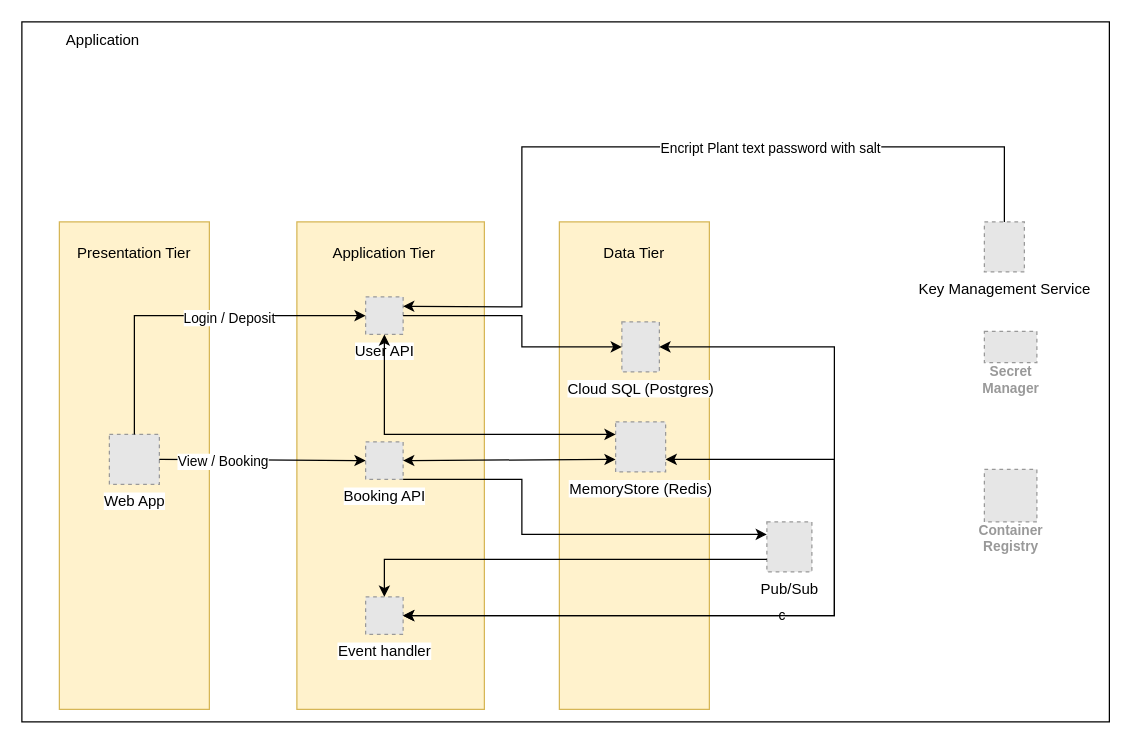
Before: Design/Parking-system-v2.drawio in luthuanphong/Parking-System-On-GCP, a draw.io diagram. Source tidied: cells renumbered, new cells numbered last; positions are measured from the earlier drawing's top-left corner, leaving out a move shared by most shapes. Both pictures are drawn from the tidied source at 125%, with x=0, y=0 at pixel (21, 21). Pictures stored in the file or linked from it are replaced by grey dashed boxes.
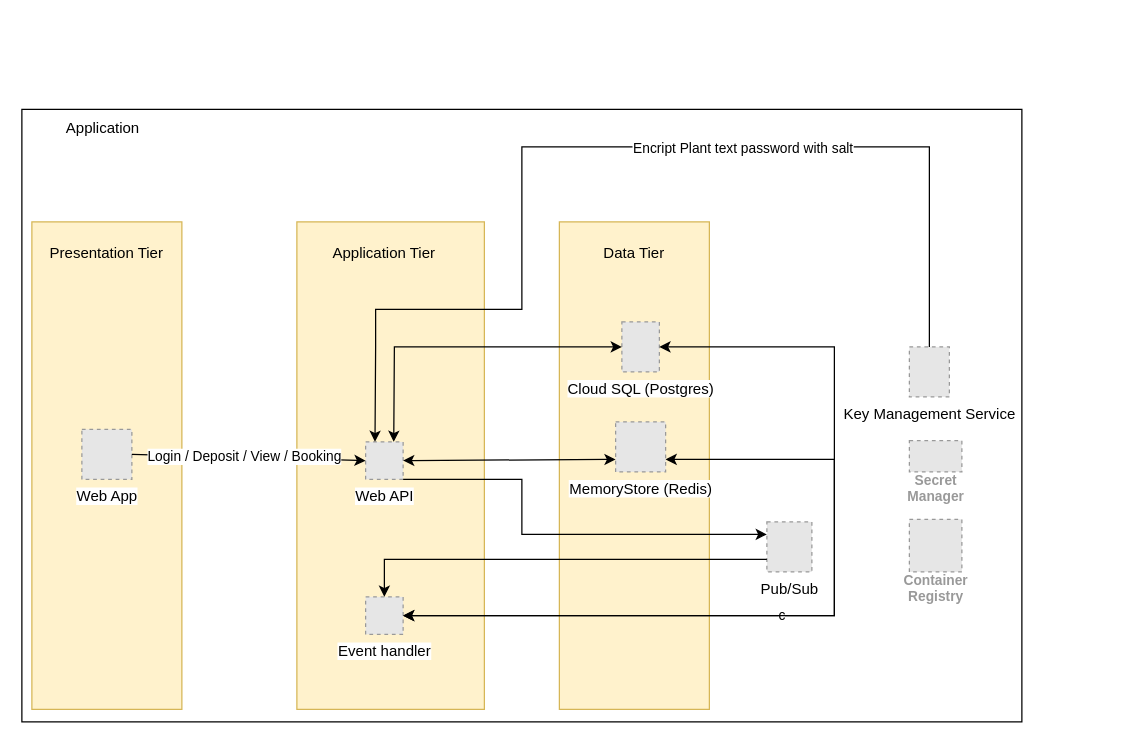
After the change.

Commit message (it also covers changes not shown here):
Udpdate diagram & test

The change refers to these unchanged cells:
```xml
<mxCell id="12" value="Cloud SQL (Postgres)" style="fillColor=#E6E6E6;strokeColor=#999999;dashed=1;html=1;verticalLabelPosition=bottom;labelBackgroundColor=#ffffff;verticalAlign=top;" parent="1" vertex="1">
  <mxGeometry x="480" y="240" width="30" height="40" as="geometry" />
</mxCell>
<mxCell id="13" value="MemoryStore (Redis)" style="fillColor=#E6E6E6;strokeColor=#999999;dashed=1;html=1;verticalLabelPosition=bottom;labelBackgroundColor=#ffffff;verticalAlign=top;" parent="1" vertex="1">
  <mxGeometry x="475" y="320" width="40" height="40" as="geometry" />
</mxCell>
<mxCell id="17" style="endArrow=classic;html=1;rounded=0;entryX=0;entryY=0.5;entryDx=0;entryDy=0;exitX=1;exitY=0.5;exitDx=0;exitDy=0;" parent="1" edge="1" source="14" target="11">
  <mxGeometry relative="1" as="geometry" />
</mxCell>
```

Change to the diagram source:
```diff
@@
     <mxCell id="2" style="rounded=0;whiteSpace=wrap;html=1;" parent="1" vertex="1">
-      <mxGeometry width="870" height="560" as="geometry" />
+      <mxGeometry y="70" width="800" height="490" as="geometry" />
     </mxCell>
     <mxCell id="3" value="&lt;span style=&quot;font-weight: normal;&quot;&gt;Application&lt;/span&gt;" style="text;html=1;whiteSpace=wrap;strokeColor=none;fillColor=none;align=center;verticalAlign=middle;rounded=0;fontStyle=1;" parent="1" vertex="1">
-      <mxGeometry width="130" height="30" as="geometry" />
+      <mxGeometry y="70" width="130" height="30" as="geometry" />
     </mxCell>
     <mxCell id="4" style="rounded=0;whiteSpace=wrap;html=1;fillColor=#fff2cc;strokeColor=#d6b656;" parent="1" vertex="1">
-      <mxGeometry x="30" y="160" width="120" height="390" as="geometry" />
+      <mxGeometry x="8" y="160" width="120" height="390" as="geometry" />
     </mxCell>
@@
     <mxCell id="7" value="Presentation Tier" style="text;html=1;whiteSpace=wrap;strokeColor=none;fillColor=none;align=center;verticalAlign=middle;rounded=0;" parent="1" vertex="1">
-      <mxGeometry x="40" y="170" width="100" height="30" as="geometry" />
+      <mxGeometry x="18" y="170" width="100" height="30" as="geometry" />
     </mxCell>
@@
-    <mxCell id="10" value="User API" style="fillColor=#E6E6E6;strokeColor=#999999;dashed=1;html=1;verticalLabelPosition=bottom;labelBackgroundColor=#ffffff;verticalAlign=top;" parent="1" vertex="1">
-      <mxGeometry x="275" y="220" width="30" height="30" as="geometry" />
-    </mxCell>
-    <mxCell id="11" value="Booking API" style="fillColor=#E6E6E6;strokeColor=#999999;dashed=1;html=1;verticalLabelPosition=bottom;labelBackgroundColor=#ffffff;verticalAlign=top;" parent="1" vertex="1">
+    <mxCell id="11" value="Web API" style="fillColor=#E6E6E6;strokeColor=#999999;dashed=1;html=1;verticalLabelPosition=bottom;labelBackgroundColor=#ffffff;verticalAlign=top;" parent="1" vertex="1">
       <mxGeometry x="275" y="336" width="30" height="30" as="geometry" />
     </mxCell>
@@
     <mxCell id="14" value="Web App" style="fillColor=#E6E6E6;strokeColor=#999999;dashed=1;html=1;verticalLabelPosition=bottom;labelBackgroundColor=#ffffff;verticalAlign=top;" parent="1" vertex="1">
-      <mxGeometry x="70" y="330" width="40" height="40" as="geometry" />
+      <mxGeometry x="48" y="326" width="40" height="40" as="geometry" />
     </mxCell>
-    <mxCell id="15" style="endArrow=classic;html=1;rounded=0;entryX=0;entryY=0.5;entryDx=0;entryDy=0;exitX=0.5;exitY=0;exitDx=0;exitDy=0;" parent="1" edge="1" source="14" target="10">
-      <mxGeometry relative="1" as="geometry">
-        <Array as="points">
-          <mxPoint x="90" y="235" />
-        </Array>
-      </mxGeometry>
-    </mxCell>
-    <mxCell id="16" value="Login / Deposit" style="edgeLabel;html=1;align=center;verticalAlign=middle;" parent="15" vertex="1">
-      <mxGeometry x="0.13" y="-1" relative="1" as="geometry">
-        <mxPoint x="12" as="offset" />
-      </mxGeometry>
-    </mxCell>
@@
-    <mxCell id="18" value="View / Booking" style="edgeLabel;html=1;align=center;verticalAlign=middle;" parent="17" vertex="1">
-      <mxGeometry x="-0.38" y="-1" relative="1" as="geometry" />
+    <mxCell id="18" value="Login / Deposit / View / Booking" style="edgeLabel;html=1;align=center;verticalAlign=middle;" parent="17" vertex="1">
+      <mxGeometry x="-0.38" y="-1" relative="1" as="geometry">
+        <mxPoint x="32" y="-1" as="offset" />
+      </mxGeometry>
     </mxCell>
     <mxCell id="19" value="Key Management Service" style="fillColor=#E6E6E6;strokeColor=#999999;dashed=1;html=1;verticalLabelPosition=bottom;labelBackgroundColor=#ffffff;verticalAlign=top;" parent="1" vertex="1">
-      <mxGeometry x="770" y="160" width="32" height="40" as="geometry" />
+      <mxGeometry x="710" y="260" width="32" height="40" as="geometry" />
     </mxCell>
-    <mxCell id="20" style="endArrow=classic;html=1;rounded=0;exitX=1;exitY=0.5;exitDx=0;exitDy=0;entryX=0;entryY=0.5;entryDx=0;entryDy=0;" parent="1" edge="1" source="10" target="12">
-      <mxGeometry relative="1" as="geometry">
-        <Array as="points">
-          <mxPoint x="400" y="235" />
-          <mxPoint x="400" y="260" />
-        </Array>
-      </mxGeometry>
-    </mxCell>
@@
-    <mxCell id="22" style="endArrow=classic;startArrow=classic;html=1;rounded=0;entryX=0;entryY=0.25;entryDx=0;entryDy=0;exitX=0.5;exitY=1;exitDx=0;exitDy=0;" parent="1" edge="1" source="10" target="13">
-      <mxGeometry relative="1" as="geometry">
-        <Array as="points">
-          <mxPoint x="290" y="300" />
-          <mxPoint x="290" y="330" />
-        </Array>
-      </mxGeometry>
-    </mxCell>
@@
-    <mxCell id="29" style="endArrow=classic;html=1;rounded=0;exitX=0.5;exitY=0;exitDx=0;exitDy=0;entryX=1;entryY=0.25;entryDx=0;entryDy=0;" parent="1" edge="1" source="19" target="10">
+    <mxCell id="29" style="endArrow=classic;html=1;rounded=0;exitX=0.5;exitY=0;exitDx=0;exitDy=0;entryX=0.25;entryY=0;entryDx=0;entryDy=0;" parent="1" edge="1" source="19" target="11">
       <mxGeometry relative="1" as="geometry">
         <Array as="points">
-          <mxPoint x="786" y="100" />
+          <mxPoint x="726" y="100" />
           <mxPoint x="696" y="100" />
           <mxPoint x="450" y="100" />
           <mxPoint x="400" y="100" />
-          <mxPoint x="400" y="228" />
+          <mxPoint x="400" y="230" />
+          <mxPoint x="340" y="230" />
+          <mxPoint x="283" y="230" />
+          <mxPoint x="283" y="260" />
         </Array>
       </mxGeometry>
     </mxCell>
@@
     <mxCell id="31" value="Secret&#10;Manager" style="fillColor=#E6E6E6;strokeColor=#999999;dashed=1;html=1;verticalAlign=top;labelPosition=center;verticalLabelPosition=bottom;align=center;spacingTop=-6;fontSize=11;fontStyle=1;fontColor=#999999;" parent="1" vertex="1">
-      <mxGeometry x="770" y="247.5" width="42" height="25" as="geometry" />
+      <mxGeometry x="710" y="335" width="42" height="25" as="geometry" />
     </mxCell>
     <mxCell id="32" value="Container&#10;Registry" style="fillColor=#E6E6E6;strokeColor=#999999;dashed=1;html=1;verticalAlign=top;labelPosition=center;verticalLabelPosition=bottom;align=center;spacingTop=-6;fontSize=11;fontStyle=1;fontColor=#999999;" parent="1" vertex="1">
-      <mxGeometry x="770" y="358" width="42" height="42" as="geometry" />
+      <mxGeometry x="710" y="398" width="42" height="42" as="geometry" />
     </mxCell>
+    <mxCell id="33" style="endArrow=classic;startArrow=classic;html=1;rounded=0;entryX=0;entryY=0.5;entryDx=0;entryDy=0;exitX=0.75;exitY=0;exitDx=0;exitDy=0;" parent="1" edge="1" source="11" target="12">
+      <mxGeometry relative="1" as="geometry">
+        <Array as="points">
+          <mxPoint x="298" y="260" />
+        </Array>
+      </mxGeometry>
+    </mxCell>
```
